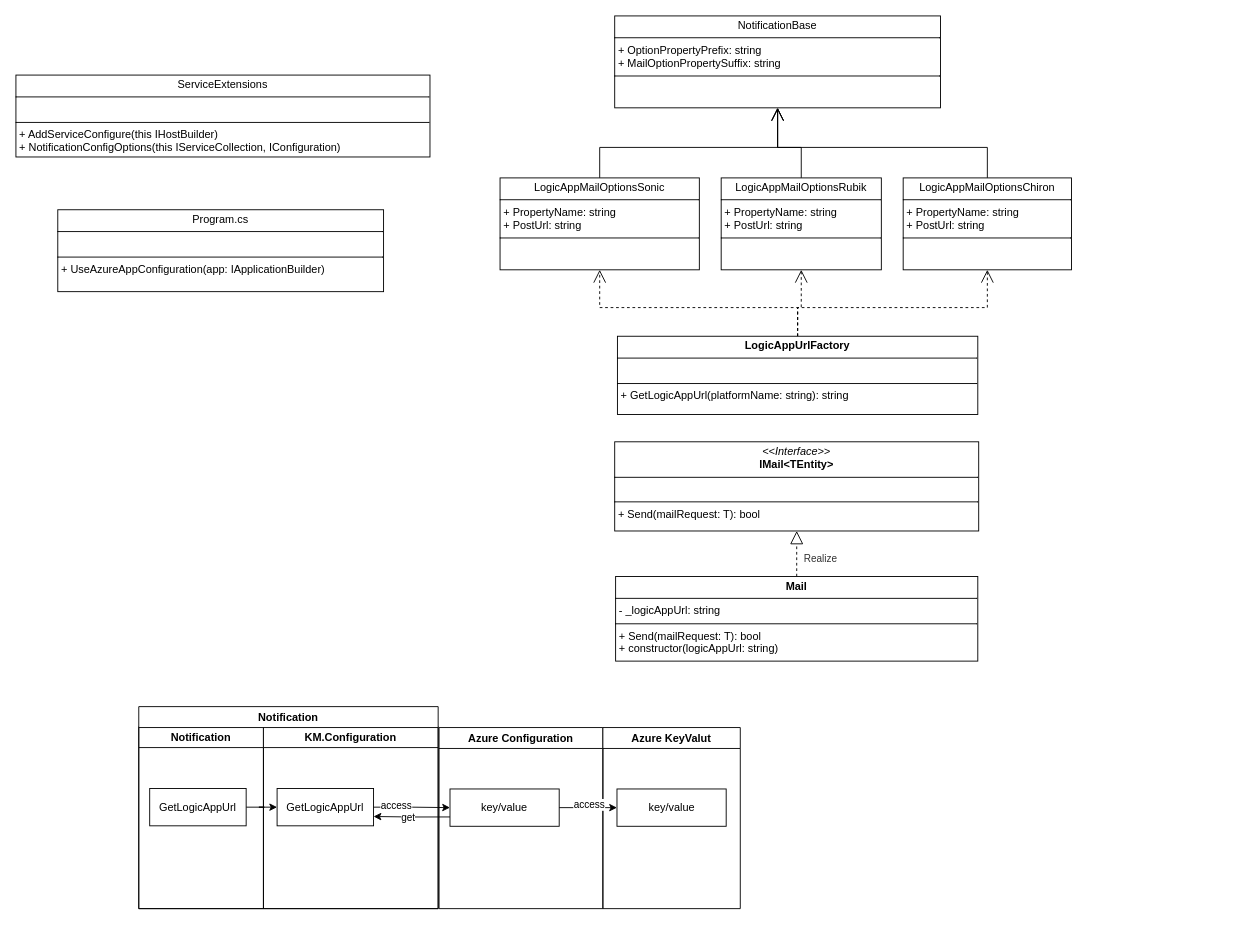
hy986/Repo_0110 keeps this draw.io diagram as page "Page-13" (13 of 14) of 2.drawio. Above is the earlier version. Source tidied: cells renumbered, new cells numbered last; positions are measured from the earlier drawing's top-left corner, leaving out a move shared by most shapes. Both pictures are drawn from the tidied source at 91%, with x=0, y=0 at pixel (15, 15).
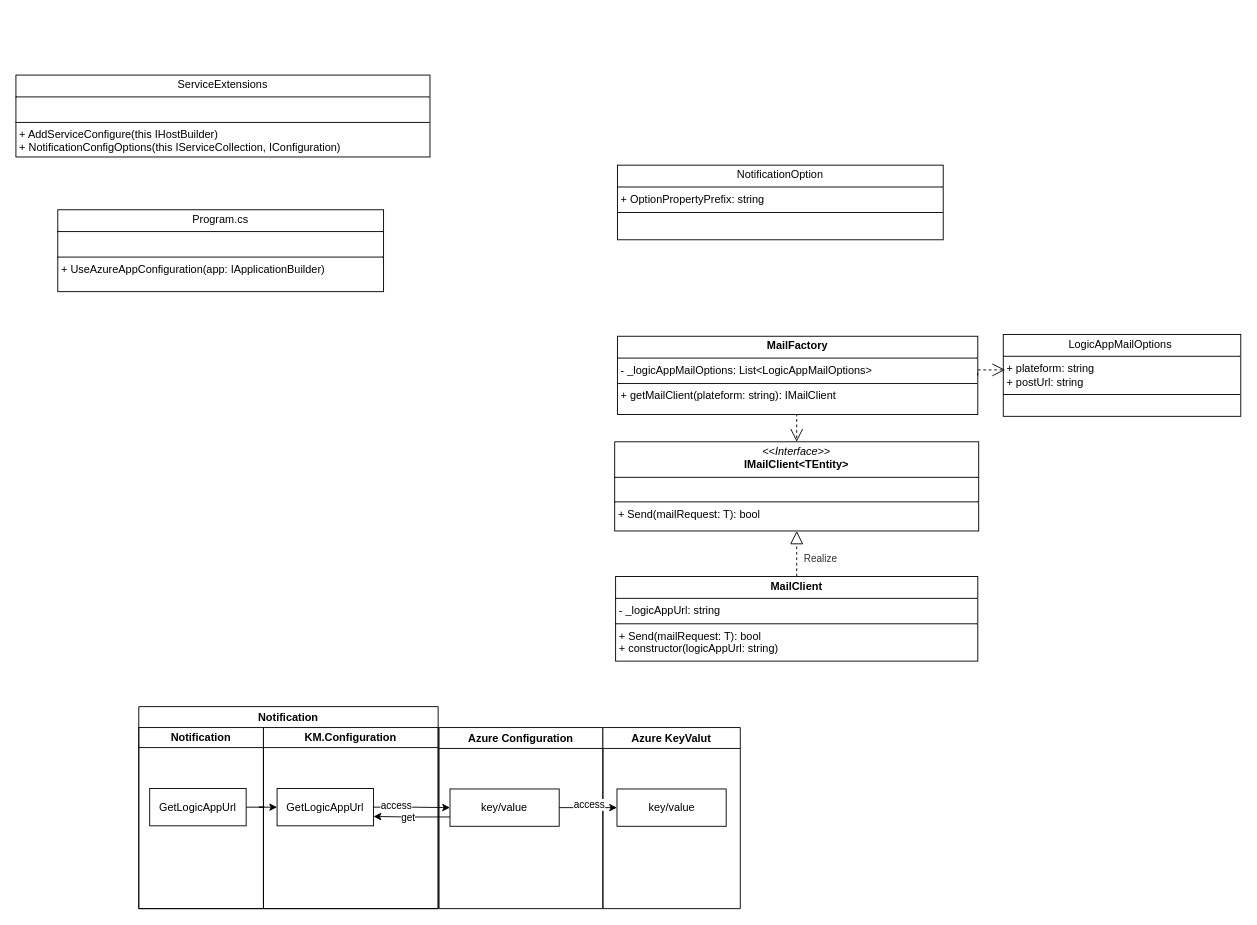
The same diagram, later.

What changed in the source:
```diff
@@
-    <mxCell id="2" value="&lt;p style=&quot;margin:0px;margin-top:4px;text-align:center;&quot;&gt;&lt;i&gt;&amp;lt;&amp;lt;Interface&amp;gt;&amp;gt;&lt;/i&gt;&lt;br&gt;&lt;b&gt;IMail&amp;lt;TEntity&amp;gt;&lt;/b&gt;&lt;/p&gt;&lt;hr size=&quot;1&quot; style=&quot;border-style:solid;&quot;&gt;&lt;p style=&quot;margin:0px;margin-left:4px;&quot;&gt;&lt;br&gt;&lt;/p&gt;&lt;hr size=&quot;1&quot; style=&quot;border-style:solid;&quot;&gt;&lt;p style=&quot;margin:0px;margin-left:4px;&quot;&gt;+ Send(mailRequest: T): bool &lt;/p&gt;" style="verticalAlign=top;align=left;overflow=fill;html=1;whiteSpace=wrap;" parent="1" vertex="1">
+    <mxCell id="2" value="&lt;p style=&quot;margin:0px;margin-top:4px;text-align:center;&quot;&gt;&lt;i&gt;&amp;lt;&amp;lt;Interface&amp;gt;&amp;gt;&lt;/i&gt;&lt;br&gt;&lt;b&gt;IMailClient&amp;lt;TEntity&amp;gt;&lt;/b&gt;&lt;/p&gt;&lt;hr size=&quot;1&quot; style=&quot;border-style:solid;&quot;&gt;&lt;p style=&quot;margin:0px;margin-left:4px;&quot;&gt;&lt;br&gt;&lt;/p&gt;&lt;hr size=&quot;1&quot; style=&quot;border-style:solid;&quot;&gt;&lt;p style=&quot;margin:0px;margin-left:4px;&quot;&gt;+ Send(mailRequest: T): bool &lt;/p&gt;" style="verticalAlign=top;align=left;overflow=fill;html=1;whiteSpace=wrap;" parent="1" vertex="1">
       <mxGeometry x="658" y="468" width="400" height="98" as="geometry" />
     </mxCell>
@@
-    <mxCell id="4" value="&lt;p style=&quot;margin:0px;margin-top:4px;text-align:center;&quot;&gt;&lt;b&gt;Mail&lt;/b&gt;&lt;/p&gt;&lt;hr size=&quot;1&quot; style=&quot;border-style:solid;&quot;&gt;&lt;p style=&quot;margin: 0px 0px 0px 4px;&quot;&gt;- _logicAppUrl: string&amp;nbsp;&lt;/p&gt;&lt;hr size=&quot;1&quot; style=&quot;border-style:solid;&quot;&gt;&lt;p style=&quot;margin: 0px 0px 0px 4px;&quot;&gt;+ Send(mailRequest: T): bool&amp;nbsp;&amp;nbsp;&lt;/p&gt;&lt;p style=&quot;margin: 0px 0px 0px 4px;&quot;&gt;+ constructor(logicAppUrl: &lt;span class=&quot;hljs-built_in&quot;&gt;string&lt;/span&gt;)&lt;/p&gt;" style="verticalAlign=top;align=left;overflow=fill;html=1;whiteSpace=wrap;" parent="1" vertex="1">
+    <mxCell id="4" value="&lt;p style=&quot;margin:0px;margin-top:4px;text-align:center;&quot;&gt;&lt;b&gt;MailClient&lt;/b&gt;&lt;/p&gt;&lt;hr size=&quot;1&quot; style=&quot;border-style:solid;&quot;&gt;&lt;p style=&quot;margin: 0px 0px 0px 4px;&quot;&gt;- _logicAppUrl: string&amp;nbsp;&lt;/p&gt;&lt;hr size=&quot;1&quot; style=&quot;border-style:solid;&quot;&gt;&lt;p style=&quot;margin: 0px 0px 0px 4px;&quot;&gt;+ Send(mailRequest: T): bool&amp;nbsp;&amp;nbsp;&lt;/p&gt;&lt;p style=&quot;margin: 0px 0px 0px 4px;&quot;&gt;+ constructor(logicAppUrl: &lt;span class=&quot;hljs-built_in&quot;&gt;string&lt;/span&gt;)&lt;/p&gt;" style="verticalAlign=top;align=left;overflow=fill;html=1;whiteSpace=wrap;" parent="1" vertex="1">
       <mxGeometry x="659" y="616" width="398" height="93" as="geometry" />
     </mxCell>
-    <mxCell id="5" style="edgeStyle=orthogonalEdgeStyle;rounded=0;jettySize=auto;html=1;exitX=0.5;exitY=0;exitDx=0;exitDy=0;entryX=0.5;entryY=1;entryDx=0;entryDy=0;endArrow=open;endFill=0;endSize=12;dashed=1;" parent="1" edge="1" source="8" target="29">
-      <mxGeometry relative="1" as="geometry" />
-    </mxCell>
-    <mxCell id="6" style="edgeStyle=orthogonalEdgeStyle;rounded=0;jettySize=auto;html=1;exitX=0.5;exitY=0;exitDx=0;exitDy=0;endArrow=open;endFill=0;endSize=12;dashed=1;" parent="1" edge="1" source="8" target="31">
-      <mxGeometry relative="1" as="geometry" />
-    </mxCell>
-    <mxCell id="7" style="edgeStyle=orthogonalEdgeStyle;rounded=0;jettySize=auto;html=1;exitX=0.5;exitY=0;exitDx=0;exitDy=0;entryX=0.5;entryY=1;entryDx=0;entryDy=0;endArrow=open;endFill=0;endSize=12;dashed=1;" parent="1" edge="1" source="8" target="33">
-      <mxGeometry relative="1" as="geometry" />
-    </mxCell>
+    <mxCell id="34" style="edgeStyle=orthogonalEdgeStyle;rounded=0;jettySize=auto;html=1;exitX=0.5;exitY=1;exitDx=0;exitDy=0;entryX=0.5;entryY=0;entryDx=0;entryDy=0;dashed=1;endArrow=open;endFill=0;endSize=12;" parent="1" edge="1" source="8" target="2">
+      <mxGeometry relative="1" as="geometry" />
+    </mxCell>
-    <mxCell id="8" value="&lt;p style=&quot;margin:0px;margin-top:4px;text-align:center;&quot;&gt;&lt;b&gt;LogicAppUrlFactory&lt;/b&gt;&lt;/p&gt;&lt;hr size=&quot;1&quot; style=&quot;border-style:solid;&quot;&gt;&lt;p style=&quot;margin:0px;margin-left:4px;&quot;&gt;&lt;br&gt;&lt;/p&gt;&lt;hr size=&quot;1&quot; style=&quot;border-style:solid;&quot;&gt;&lt;p style=&quot;margin: 0px 0px 0px 4px;&quot;&gt;+ GetLogicAppUrl(platformName: string): string&lt;/p&gt;" style="verticalAlign=top;align=left;overflow=fill;html=1;whiteSpace=wrap;" parent="1" vertex="1">
+    <mxCell id="8" value="&lt;p style=&quot;margin:0px;margin-top:4px;text-align:center;&quot;&gt;&lt;b&gt;MailFactory&lt;/b&gt;&lt;/p&gt;&lt;hr size=&quot;1&quot; style=&quot;border-style:solid;&quot;&gt;&lt;p style=&quot;margin:0px;margin-left:4px;&quot;&gt;- _logicAppMailOptions: List&amp;lt;LogicAppMailOptions&amp;gt;&lt;/p&gt;&lt;hr size=&quot;1&quot; style=&quot;border-style:solid;&quot;&gt;&lt;p style=&quot;margin: 0px 0px 0px 4px;&quot;&gt;+ getMailClient(plateform: string): IMailClient&lt;/p&gt;" style="verticalAlign=top;align=left;overflow=fill;html=1;whiteSpace=wrap;" parent="1" vertex="1">
       <mxGeometry x="661" y="352" width="396" height="86" as="geometry" />
     </mxCell>
@@
-    <mxCell id="27" value="&lt;p style=&quot;margin:0px;margin-top:4px;text-align:center;&quot;&gt;NotificationBase&lt;/p&gt;&lt;hr size=&quot;1&quot; style=&quot;border-style:solid;&quot;&gt;&lt;p style=&quot;margin:0px;margin-left:4px;&quot;&gt;+&amp;nbsp;OptionPropertyPrefix: string&lt;/p&gt;&lt;p style=&quot;margin:0px;margin-left:4px;&quot;&gt;+ MailOptionPropertySuffix: string&lt;/p&gt;&lt;hr size=&quot;1&quot; style=&quot;border-style:solid;&quot;&gt;&lt;p style=&quot;margin:0px;margin-left:4px;&quot;&gt;&lt;br&gt;&lt;/p&gt;" style="verticalAlign=top;align=left;overflow=fill;html=1;whiteSpace=wrap;" parent="1" vertex="1">
-      <mxGeometry x="658" width="358" height="101" as="geometry" />
+    <mxCell id="27" value="&lt;p style=&quot;margin:0px;margin-top:4px;text-align:center;&quot;&gt;Notification&lt;span style=&quot;background-color: initial; text-align: left;&quot;&gt;Option&lt;/span&gt;&lt;/p&gt;&lt;hr size=&quot;1&quot; style=&quot;border-style:solid;&quot;&gt;&lt;p style=&quot;margin:0px;margin-left:4px;&quot;&gt;+&amp;nbsp;OptionPropertyPrefix: string&lt;/p&gt;&lt;hr size=&quot;1&quot; style=&quot;border-style:solid;&quot;&gt;&lt;p style=&quot;margin:0px;margin-left:4px;&quot;&gt;&lt;br&gt;&lt;/p&gt;" style="verticalAlign=top;align=left;overflow=fill;html=1;whiteSpace=wrap;" parent="1" vertex="1">
+      <mxGeometry x="661" y="164" width="358" height="82" as="geometry" />
     </mxCell>
-    <mxCell id="28" style="edgeStyle=orthogonalEdgeStyle;rounded=0;jettySize=auto;html=1;exitX=0.5;exitY=0;exitDx=0;exitDy=0;entryX=0.5;entryY=1;entryDx=0;entryDy=0;endArrow=open;endFill=0;endSize=12;" parent="1" edge="1" source="29" target="27">
-      <mxGeometry relative="1" as="geometry" />
-    </mxCell>
-    <mxCell id="29" value="&lt;p style=&quot;margin:0px;margin-top:4px;text-align:center;&quot;&gt;LogicAppMailOptionsSonic&lt;/p&gt;&lt;hr size=&quot;1&quot; style=&quot;border-style:solid;&quot;&gt;&lt;p style=&quot;margin:0px;margin-left:4px;&quot;&gt;+&amp;nbsp;PropertyName: string&lt;br&gt;+&amp;nbsp;PostUrl: string&lt;/p&gt;&lt;hr size=&quot;1&quot; style=&quot;border-style:solid;&quot;&gt;&lt;p style=&quot;margin:0px;margin-left:4px;&quot;&gt;&lt;br&gt;&lt;/p&gt;" style="verticalAlign=top;align=left;overflow=fill;html=1;whiteSpace=wrap;" parent="1" vertex="1">
-      <mxGeometry x="532" y="178" width="219" height="101" as="geometry" />
-    </mxCell>
-    <mxCell id="30" style="edgeStyle=orthogonalEdgeStyle;rounded=0;jettySize=auto;html=1;exitX=0.5;exitY=0;exitDx=0;exitDy=0;entryX=0.5;entryY=1;entryDx=0;entryDy=0;endArrow=open;endFill=0;endSize=12;" parent="1" edge="1" source="31" target="27">
-      <mxGeometry relative="1" as="geometry" />
-    </mxCell>
-    <mxCell id="31" value="&lt;p style=&quot;margin:0px;margin-top:4px;text-align:center;&quot;&gt;LogicAppMailOptionsRubik&lt;/p&gt;&lt;hr size=&quot;1&quot; style=&quot;border-style:solid;&quot;&gt;&lt;p style=&quot;margin:0px;margin-left:4px;&quot;&gt;+&amp;nbsp;PropertyName: string&lt;br&gt;+&amp;nbsp;PostUrl: string&lt;/p&gt;&lt;hr size=&quot;1&quot; style=&quot;border-style:solid;&quot;&gt;&lt;p style=&quot;margin:0px;margin-left:4px;&quot;&gt;&lt;br&gt;&lt;/p&gt;" style="verticalAlign=top;align=left;overflow=fill;html=1;whiteSpace=wrap;" parent="1" vertex="1">
-      <mxGeometry x="775" y="178" width="176" height="101" as="geometry" />
-    </mxCell>
-    <mxCell id="32" style="edgeStyle=orthogonalEdgeStyle;rounded=0;jettySize=auto;html=1;exitX=0.5;exitY=0;exitDx=0;exitDy=0;entryX=0.5;entryY=1;entryDx=0;entryDy=0;endArrow=open;endFill=0;endSize=12;" parent="1" edge="1" source="33" target="27">
-      <mxGeometry relative="1" as="geometry" />
-    </mxCell>
-    <mxCell id="33" value="&lt;p style=&quot;margin:0px;margin-top:4px;text-align:center;&quot;&gt;LogicAppMailOptionsChiron&lt;/p&gt;&lt;hr size=&quot;1&quot; style=&quot;border-style:solid;&quot;&gt;&lt;p style=&quot;margin:0px;margin-left:4px;&quot;&gt;+&amp;nbsp;PropertyName: string&lt;br&gt;+&amp;nbsp;PostUrl: string&lt;/p&gt;&lt;hr size=&quot;1&quot; style=&quot;border-style:solid;&quot;&gt;&lt;p style=&quot;margin:0px;margin-left:4px;&quot;&gt;&lt;br&gt;&lt;/p&gt;" style="verticalAlign=top;align=left;overflow=fill;html=1;whiteSpace=wrap;" parent="1" vertex="1">
-      <mxGeometry x="975" y="178" width="185" height="101" as="geometry" />
-    </mxCell>
+    <mxCell id="35" value="&lt;p style=&quot;margin:0px;margin-top:4px;text-align:center;&quot;&gt;LogicAppMailOptions&amp;nbsp;&lt;/p&gt;&lt;hr size=&quot;1&quot; style=&quot;border-style:solid;&quot;&gt;&lt;p style=&quot;margin:0px;margin-left:4px;&quot;&gt;+ plateform: string&lt;/p&gt;&lt;p style=&quot;margin:0px;margin-left:4px;&quot;&gt;+ postUrl: string&lt;/p&gt;&lt;hr size=&quot;1&quot; style=&quot;border-style:solid;&quot;&gt;&lt;p style=&quot;margin:0px;margin-left:4px;&quot;&gt;&lt;br&gt;&lt;/p&gt;" style="verticalAlign=top;align=left;overflow=fill;html=1;whiteSpace=wrap;" parent="1" vertex="1">
+      <mxGeometry x="1085" y="350" width="261" height="90" as="geometry" />
+    </mxCell>
+    <mxCell id="36" style="edgeStyle=orthogonalEdgeStyle;rounded=0;jettySize=auto;html=1;exitX=1;exitY=0.5;exitDx=0;exitDy=0;entryX=0.008;entryY=0.433;entryDx=0;entryDy=0;entryPerimeter=0;dashed=1;endArrow=open;endFill=0;endSize=12;" parent="1" edge="1" source="8" target="35">
+      <mxGeometry relative="1" as="geometry">
+        <Array as="points">
+          <mxPoint x="1057" y="389" />
+        </Array>
+      </mxGeometry>
+    </mxCell>
```
